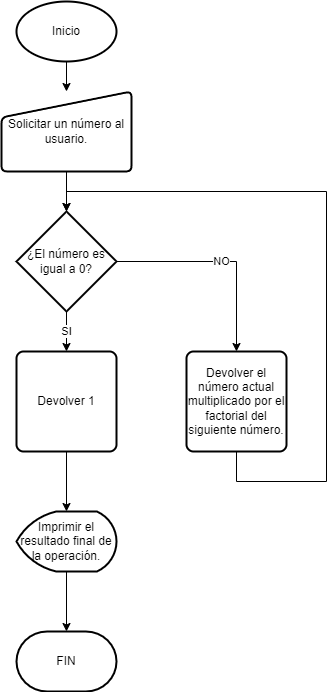
22046-NelsonEscalante/Lab3-Micro keeps this draw.io diagram as Lab3-Micro.png. Above is the earlier version. Source tidied: cells renumbered, new cells last; positions are measured from the earlier drawing's top-left corner, leaving out a move shared by most shapes.
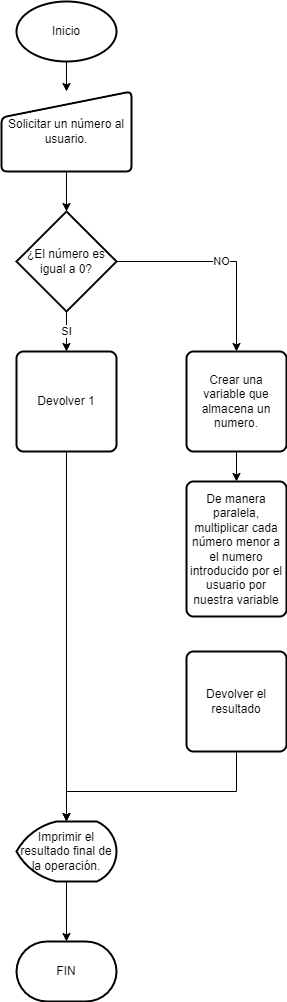
Later version of the same file.

Commit message:
Updated the flowchart to add parallel section

What changed in the source:
```diff
@@ -29,27 +29,34 @@
     <mxCell id="10" value="Devolver 1" style="rounded=1;whiteSpace=wrap;html=1;absoluteArcSize=1;arcSize=14;strokeWidth=2;" parent="1" vertex="1">
       <mxGeometry x="15" y="350" width="100" height="100" as="geometry" />
     </mxCell>
-    <mxCell id="11" style="edgeStyle=orthogonalEdgeStyle;rounded=0;jettySize=auto;html=1;entryX=0.5;entryY=0;entryDx=0;entryDy=0;entryPerimeter=0;" parent="1" edge="1" source="12" target="8">
-      <mxGeometry relative="1" as="geometry">
-        <Array as="points">
-          <mxPoint x="235" y="480" />
-          <mxPoint x="325" y="480" />
-          <mxPoint x="325" y="190" />
-          <mxPoint x="65" y="190" />
-        </Array>
-      </mxGeometry>
-    </mxCell>
+    <mxCell id="16" style="edgeStyle=orthogonalEdgeStyle;rounded=0;jettySize=auto;html=1;entryX=0.5;entryY=0;entryDx=0;entryDy=0;" parent="1" edge="1" source="12" target="17">
+      <mxGeometry relative="1" as="geometry" />
+    </mxCell>
-    <mxCell id="12" value="Devolver el número actual multiplicado por el factorial del siguiente número." style="rounded=1;whiteSpace=wrap;html=1;absoluteArcSize=1;arcSize=14;strokeWidth=2;" parent="1" vertex="1">
+    <mxCell id="12" value="Crear una variable que almacena un numero." style="rounded=1;whiteSpace=wrap;html=1;absoluteArcSize=1;arcSize=14;strokeWidth=2;" parent="1" vertex="1">
       <mxGeometry x="185" y="350" width="100" height="100" as="geometry" />
     </mxCell>
     <mxCell id="13" style="edgeStyle=orthogonalEdgeStyle;rounded=0;jettySize=auto;html=1;entryX=0.5;entryY=0;entryDx=0;entryDy=0;entryPerimeter=0;" parent="1" edge="1" source="14" target="15">
       <mxGeometry relative="1" as="geometry" />
     </mxCell>
     <mxCell id="14" value="Imprimir el resultado final de la operación." style="strokeWidth=2;html=1;shape=mxgraph.flowchart.display;whiteSpace=wrap;" parent="1" vertex="1">
-      <mxGeometry x="15" y="510" width="100" height="60" as="geometry" />
+      <mxGeometry x="15" y="820" width="100" height="60" as="geometry" />
     </mxCell>
     <mxCell id="15" value="FIN" style="strokeWidth=2;html=1;shape=mxgraph.flowchart.terminator;whiteSpace=wrap;" parent="1" vertex="1">
-      <mxGeometry x="15" y="630" width="100" height="60" as="geometry" />
+      <mxGeometry x="15" y="940" width="100" height="60" as="geometry" />
     </mxCell>
+    <mxCell id="17" value="De manera paralela, multiplicar cada número menor a el numero introducido por el usuario por nuestra variable" style="rounded=1;whiteSpace=wrap;html=1;absoluteArcSize=1;arcSize=14;strokeWidth=2;" parent="1" vertex="1">
+      <mxGeometry x="185" y="480" width="100" height="135" as="geometry" />
+    </mxCell>
+    <mxCell id="18" style="edgeStyle=orthogonalEdgeStyle;rounded=0;jettySize=auto;html=1;entryX=0.5;entryY=0;entryDx=0;entryDy=0;entryPerimeter=0;" parent="1" edge="1" source="19" target="14">
+      <mxGeometry relative="1" as="geometry">
+        <Array as="points">
+          <mxPoint x="235" y="790" />
+          <mxPoint x="65" y="790" />
+        </Array>
+      </mxGeometry>
+    </mxCell>
+    <mxCell id="19" value="Devolver el resultado" style="rounded=1;whiteSpace=wrap;html=1;absoluteArcSize=1;arcSize=14;strokeWidth=2;" parent="1" vertex="1">
+      <mxGeometry x="185" y="650" width="100" height="100" as="geometry" />
+    </mxCell>
   </root>
 </mxGraphModel>
```
